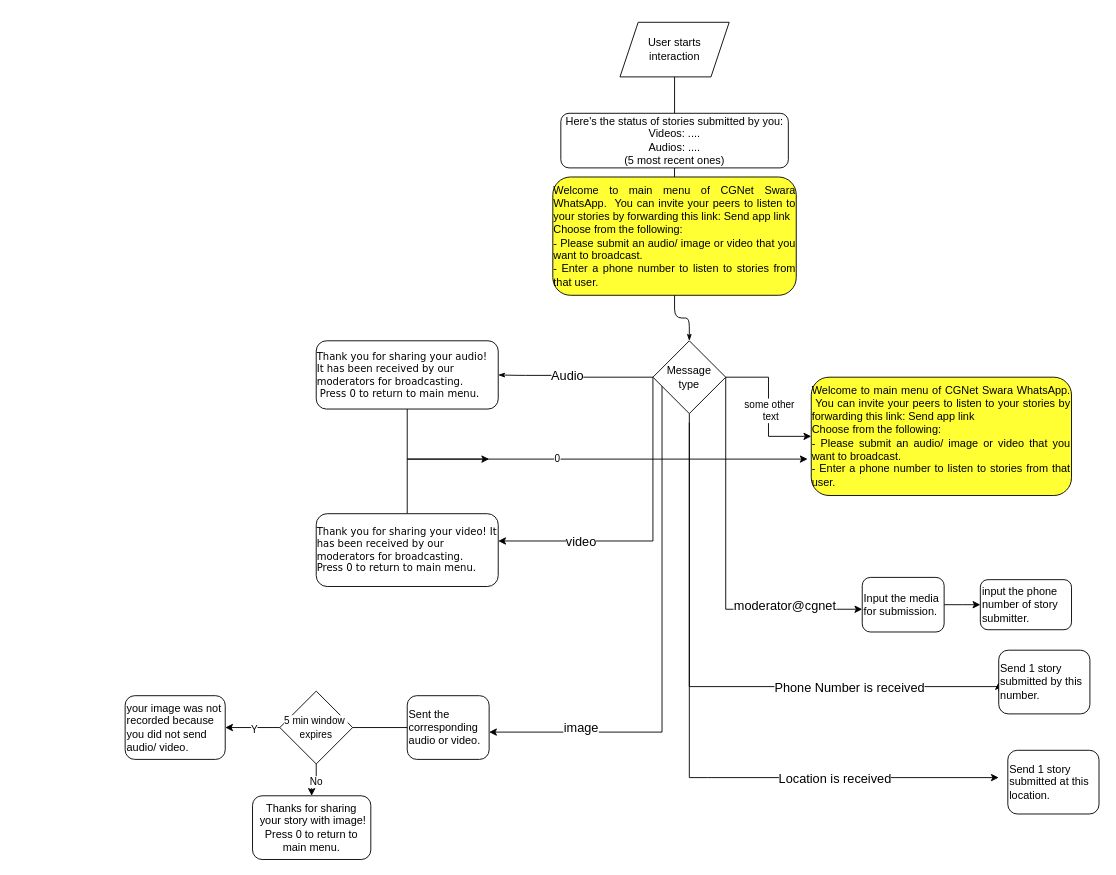
PriyankaVerma98/CGNetSwara-WhatsApp keeps this draw.io diagram as page "5 may" (6 of 6) of DisseminationFlow.drawio. Above is the earlier version. Source tidied: cells renumbered, new cells numbered last; positions are measured from the earlier drawing's top-left corner, leaving out a move shared by most shapes. Both pictures are drawn from the tidied source at 91%, with x=0, y=0 at pixel (125, 22).
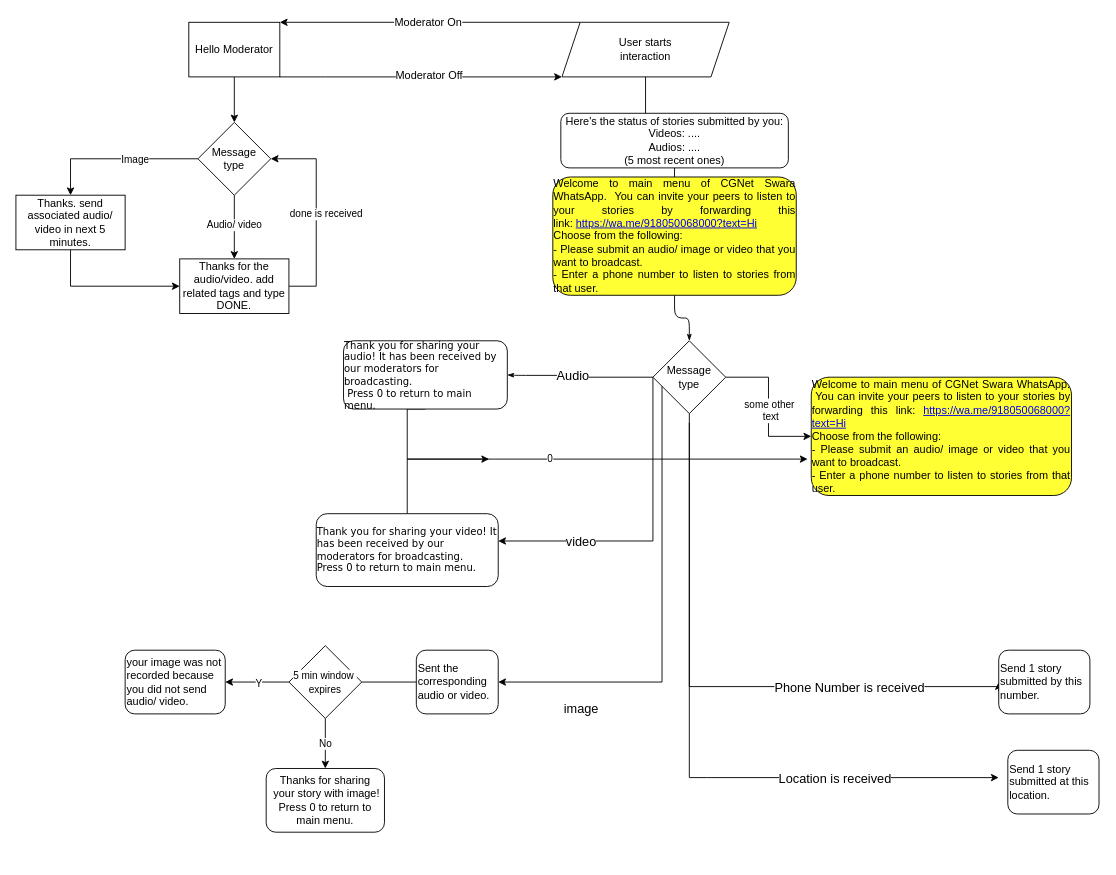
After the change.

Unchanged cells that the change refers to:
```xml
<mxCell id="17" value="Message &lt;br&gt;type" style="rhombus;whiteSpace=wrap;html=1;" parent="1" vertex="1">
  <mxGeometry x="580" y="350" width="80" height="80" as="geometry" />
</mxCell>
```

What changed in the source:
```diff
@@
+    <mxCell id="41" style="edgeStyle=orthogonalEdgeStyle;rounded=0;jettySize=auto;html=1;" parent="1" edge="1" source="2" target="46">
+      <mxGeometry relative="1" as="geometry">
+        <Array as="points">
+          <mxPoint x="300" />
+          <mxPoint x="300" />
+        </Array>
+      </mxGeometry>
+    </mxCell>
+    <mxCell id="42" value="&lt;font style=&quot;font-size: 12px&quot;&gt;Moderator On&lt;/font&gt;" style="edgeLabel;html=1;align=center;verticalAlign=middle;" parent="41" vertex="1">
+      <mxGeometry x="0.02" relative="1" as="geometry" />
+    </mxCell>
     <mxCell id="2" value="User starts &lt;br&gt;interaction" style="shape=parallelogram;perimeter=parallelogramPerimeter;whiteSpace=wrap;html=1;fixedSize=1;" parent="1" vertex="1">
-      <mxGeometry x="543.8" width="120" height="60" as="geometry" />
+      <mxGeometry x="480" width="183.8" height="60" as="geometry" />
     </mxCell>
@@
-    <mxCell id="9" style="edgeStyle=orthogonalEdgeStyle;rounded=0;jettySize=auto;html=1;" parent="1" edge="1" target="27">
+    <mxCell id="9" style="edgeStyle=orthogonalEdgeStyle;rounded=0;jettySize=auto;html=1;entryX=1;entryY=0.5;entryDx=0;entryDy=0;" parent="1" edge="1" target="27">
       <mxGeometry relative="1" as="geometry">
         <mxPoint x="580" y="390" as="sourcePoint" />
         <Array as="points">
           <mxPoint x="590" y="390" />
-          <mxPoint x="590" y="780" />
+          <mxPoint x="590" y="725" />
         </Array>
       </mxGeometry>
     </mxCell>
@@
-    <mxCell id="11" style="edgeStyle=orthogonalEdgeStyle;rounded=0;jettySize=auto;html=1;exitX=1;exitY=0.5;exitDx=0;exitDy=0;" parent="1" edge="1" source="17">
-      <mxGeometry relative="1" as="geometry">
-        <mxPoint x="810" y="645" as="targetPoint" />
-        <Array as="points">
-          <mxPoint x="660" y="645" />
-        </Array>
-      </mxGeometry>
-    </mxCell>
-    <mxCell id="12" value="&lt;font style=&quot;font-size: 14px&quot;&gt;moderator@cgnet&lt;/font&gt;" style="edgeLabel;html=1;align=center;verticalAlign=middle;" parent="11" vertex="1">
-      <mxGeometry x="0.69" y="4" relative="1" as="geometry">
-        <mxPoint x="-23" y="-1" as="offset" />
-      </mxGeometry>
-    </mxCell>
@@
     <mxCell id="21" value="&lt;p&gt;&lt;/p&gt;&lt;div&gt;&lt;div style=&quot;text-align: left&quot;&gt;&lt;span style=&quot;font-size: 11px&quot;&gt;Thank you for sharing&amp;nbsp;&lt;/span&gt;&lt;span style=&quot;font-size: 11px&quot;&gt;your audio! I&lt;/span&gt;&lt;span style=&quot;font-size: 11px&quot;&gt;t has been received by our moderators for broadcasting.&amp;nbsp;&lt;/span&gt;&lt;/div&gt;&lt;div style=&quot;text-align: left&quot;&gt;&lt;span style=&quot;font-size: 11px&quot;&gt;&amp;nbsp;&lt;/span&gt;&lt;span style=&quot;font-size: 11px&quot;&gt;Press 0 to return to main menu.&amp;nbsp;&lt;/span&gt;&lt;/div&gt;&lt;/div&gt;&lt;p&gt;&lt;/p&gt;" style="rounded=1;whiteSpace=wrap;html=1;shadow=0;labelBackgroundColor=none;strokeWidth=1;fontFamily=Verdana;fontSize=8;align=center;" parent="1" vertex="1">
-      <mxGeometry x="210" y="350" width="200" height="75" as="geometry" />
+      <mxGeometry x="240" y="350" width="180" height="75" as="geometry" />
     </mxCell>
-    <mxCell id="22" value="&lt;div style=&quot;text-align: justify&quot;&gt;&lt;div&gt;&lt;div&gt;&lt;span style=&quot;text-align: center&quot;&gt;Welcome to main menu of CGNet Swara WhatsApp. &amp;nbsp;&lt;/span&gt;&lt;span style=&quot;text-align: center&quot;&gt;You can invite your peers to listen to your stories by forwarding this link: Send app link&lt;/span&gt;&lt;/div&gt;&lt;div&gt;&lt;span style=&quot;text-align: center&quot;&gt;Choose from the following:&lt;/span&gt;&lt;br&gt;&lt;/div&gt;&lt;div&gt;&lt;span style=&quot;text-align: center&quot;&gt;- Please submit an audio/ image or video that you want to broadcast.&lt;/span&gt;&lt;/div&gt;&lt;div&gt;- Enter a phone number to listen to stories from that user.&lt;/div&gt;&lt;/div&gt;&lt;/div&gt;" style="rounded=1;whiteSpace=wrap;html=1;fillColor=#FFFF33;" parent="1" vertex="1">
+    <mxCell id="22" value="&lt;div style=&quot;text-align: justify&quot;&gt;&lt;div&gt;&lt;div&gt;&lt;span style=&quot;text-align: center&quot;&gt;Welcome to main menu of CGNet Swara WhatsApp. &amp;nbsp;&lt;/span&gt;&lt;span style=&quot;text-align: center&quot;&gt;You can invite your peers to listen to your stories by forwarding this link:&amp;nbsp;&lt;/span&gt;&lt;a href=&quot;https://wa.me/918050068000?text=Hi&quot;&gt;https://wa.me/918050068000?text=Hi&lt;/a&gt;&lt;/div&gt;&lt;div&gt;&lt;span style=&quot;text-align: center&quot;&gt;Choose from the following:&lt;/span&gt;&lt;br&gt;&lt;/div&gt;&lt;div&gt;&lt;span style=&quot;text-align: center&quot;&gt;- Please submit an audio/ image or video that you want to broadcast.&lt;/span&gt;&lt;/div&gt;&lt;div&gt;- Enter a phone number to listen to stories from that user.&lt;/div&gt;&lt;/div&gt;&lt;/div&gt;" style="rounded=1;whiteSpace=wrap;html=1;fillColor=#FFFF33;" parent="1" vertex="1">
       <mxGeometry x="754" y="390" width="286" height="130" as="geometry" />
     </mxCell>
@@
     <mxCell id="27" value="Sent the corresponding audio or video." style="rounded=1;whiteSpace=wrap;html=1;align=left;" parent="1" vertex="1">
-      <mxGeometry x="310" y="740" width="90" height="70" as="geometry" />
+      <mxGeometry x="320" y="690" width="90" height="70" as="geometry" />
     </mxCell>
-    <mxCell id="28" style="edgeStyle=orthogonalEdgeStyle;rounded=0;jettySize=auto;html=1;" parent="1" edge="1" source="29" target="40">
-      <mxGeometry relative="1" as="geometry" />
+    <mxCell id="28" style="edgeStyle=orthogonalEdgeStyle;rounded=0;orthogonalLoop=1;jettySize=auto;html=1;" parent="1" edge="1">
+      <mxGeometry relative="1" as="geometry">
+        <mxPoint x="900" y="640" as="sourcePoint" />
+      </mxGeometry>
     </mxCell>
-    <mxCell id="29" value="Input the media for submission." style="whiteSpace=wrap;html=1;rounded=1;align=left;" parent="1" vertex="1">
-      <mxGeometry x="810" y="610" width="90" height="60" as="geometry" />
-    </mxCell>
     <mxCell id="30" value="your image was not recorded because you did not send audio/ video." style="rounded=1;whiteSpace=wrap;html=1;align=left;" parent="1" vertex="1">
-      <mxGeometry y="740" width="110" height="70" as="geometry" />
+      <mxGeometry y="690" width="110" height="70" as="geometry" />
     </mxCell>
@@
     <mxCell id="32" value="&lt;span style=&quot;font-size: 11px ; background-color: rgb(255 , 255 , 255)&quot;&gt;5 min window&amp;nbsp;&lt;/span&gt;&lt;br style=&quot;font-size: 11px ; background-color: rgb(255 , 255 , 255)&quot;&gt;&lt;span style=&quot;font-size: 11px ; background-color: rgb(255 , 255 , 255)&quot;&gt;expires&lt;/span&gt;" style="rhombus;whiteSpace=wrap;html=1;" parent="1" vertex="1">
-      <mxGeometry x="170" y="735" width="80" height="80" as="geometry" />
+      <mxGeometry x="180" y="685" width="80" height="80" as="geometry" />
     </mxCell>
@@
     <mxCell id="34" value="Thanks for sharing &amp;nbsp;your story with image!&lt;br&gt;Press 0 to return to main menu." style="rounded=1;whiteSpace=wrap;html=1;" parent="1" vertex="1">
-      <mxGeometry x="140" y="850" width="130" height="70" as="geometry" />
+      <mxGeometry x="155" y="820" width="130" height="70" as="geometry" />
     </mxCell>
-    <mxCell id="35" value="&lt;div style=&quot;text-align: justify&quot;&gt;&lt;div style=&quot;text-align: justify&quot;&gt;&lt;div&gt;&lt;span style=&quot;text-align: center&quot;&gt;Welcome to main menu of CGNet Swara WhatsApp. &amp;nbsp;&lt;/span&gt;&lt;span style=&quot;text-align: center&quot;&gt;You can invite your peers to listen to your stories by forwarding this link: Send app link&lt;/span&gt;&lt;/div&gt;&lt;div&gt;&lt;span style=&quot;text-align: center&quot;&gt;Choose from the following:&lt;/span&gt;&lt;br&gt;&lt;/div&gt;&lt;div&gt;&lt;span style=&quot;text-align: center&quot;&gt;- Please submit an audio/ image or video that you want to broadcast.&lt;/span&gt;&lt;/div&gt;&lt;div&gt;- Enter a phone number to listen to stories from that user.&lt;/div&gt;&lt;/div&gt;&lt;/div&gt;" style="rounded=1;whiteSpace=wrap;html=1;fillColor=#FFFF33;" parent="1" vertex="1">
+    <mxCell id="35" value="&lt;div style=&quot;text-align: justify&quot;&gt;&lt;div style=&quot;text-align: justify&quot;&gt;&lt;div&gt;&lt;span style=&quot;text-align: center&quot;&gt;Welcome to main menu of CGNet Swara WhatsApp. &amp;nbsp;&lt;/span&gt;&lt;span style=&quot;text-align: center&quot;&gt;You can invite your peers to listen to your stories by forwarding this link:&amp;nbsp;&lt;/span&gt;&lt;a href=&quot;https://wa.me/918050068000?text=Hi&quot;&gt;https://wa.me/918050068000?text=Hi&lt;/a&gt;&lt;/div&gt;&lt;div&gt;&lt;span style=&quot;text-align: center&quot;&gt;Choose from the following:&lt;/span&gt;&lt;br&gt;&lt;/div&gt;&lt;div&gt;&lt;span style=&quot;text-align: center&quot;&gt;- Please submit an audio/ image or video that you want to broadcast.&lt;/span&gt;&lt;/div&gt;&lt;div&gt;- Enter a phone number to listen to stories from that user.&lt;/div&gt;&lt;/div&gt;&lt;/div&gt;" style="rounded=1;whiteSpace=wrap;html=1;fillColor=#FFFF33;" parent="1" vertex="1">
       <mxGeometry x="470" y="170" width="267.5" height="130" as="geometry" />
     </mxCell>
@@
-    <mxCell id="40" value="input the phone number of story submitter." style="rounded=1;whiteSpace=wrap;html=1;align=left;" parent="1" vertex="1">
-      <mxGeometry x="939.8" y="612.5" width="100.2" height="55" as="geometry" />
-    </mxCell>
+    <mxCell id="43" style="edgeStyle=orthogonalEdgeStyle;rounded=0;jettySize=auto;html=1;exitX=1;exitY=1;exitDx=0;exitDy=0;" parent="1" edge="1" source="46" target="2">
+      <mxGeometry relative="1" as="geometry">
+        <Array as="points">
+          <mxPoint x="220" y="60" />
+          <mxPoint x="220" y="60" />
+        </Array>
+      </mxGeometry>
+    </mxCell>
+    <mxCell id="44" value="&lt;font style=&quot;font-size: 12px&quot;&gt;Moderator Off&lt;/font&gt;" style="edgeLabel;html=1;align=center;verticalAlign=middle;" parent="43" vertex="1">
+      <mxGeometry x="0.05" y="2" relative="1" as="geometry" />
+    </mxCell>
+    <mxCell id="45" style="edgeStyle=orthogonalEdgeStyle;rounded=0;jettySize=auto;html=1;entryX=0.5;entryY=0;entryDx=0;entryDy=0;" parent="1" edge="1" source="46" target="51">
+      <mxGeometry relative="1" as="geometry" />
+    </mxCell>
+    <mxCell id="46" value="Hello Moderator" style="whiteSpace=wrap;html=1;" parent="1" vertex="1">
+      <mxGeometry x="70" width="100" height="60" as="geometry" />
+    </mxCell>
+    <mxCell id="47" style="edgeStyle=orthogonalEdgeStyle;rounded=0;jettySize=auto;html=1;" parent="1" edge="1" source="51" target="54">
+      <mxGeometry relative="1" as="geometry" />
+    </mxCell>
+    <mxCell id="48" value="Audio/ video" style="edgeLabel;html=1;align=center;verticalAlign=middle;" parent="47" vertex="1">
+      <mxGeometry x="-0.1" y="-1" relative="1" as="geometry" />
+    </mxCell>
+    <mxCell id="49" style="edgeStyle=orthogonalEdgeStyle;rounded=0;jettySize=auto;html=1;entryX=0.5;entryY=0;entryDx=0;entryDy=0;" parent="1" edge="1" source="51" target="56">
+      <mxGeometry relative="1" as="geometry" />
+    </mxCell>
+    <mxCell id="50" value="Image" style="edgeLabel;html=1;align=center;verticalAlign=middle;" parent="49" vertex="1">
+      <mxGeometry x="-0.33" y="3" relative="1" as="geometry">
+        <mxPoint x="-10" y="-3" as="offset" />
+      </mxGeometry>
+    </mxCell>
+    <mxCell id="51" value="Message &lt;br&gt;type" style="rhombus;whiteSpace=wrap;html=1;" parent="1" vertex="1">
+      <mxGeometry x="80" y="110" width="80" height="80" as="geometry" />
+    </mxCell>
+    <mxCell id="52" style="edgeStyle=orthogonalEdgeStyle;rounded=0;jettySize=auto;html=1;exitX=1;exitY=0.5;exitDx=0;exitDy=0;entryX=1;entryY=0.5;entryDx=0;entryDy=0;" parent="1" edge="1" source="54" target="51">
+      <mxGeometry relative="1" as="geometry">
+        <Array as="points">
+          <mxPoint x="210" y="290" />
+          <mxPoint x="210" y="150" />
+        </Array>
+      </mxGeometry>
+    </mxCell>
+    <mxCell id="53" value="done is received" style="edgeLabel;html=1;align=center;verticalAlign=middle;" parent="52" vertex="1">
+      <mxGeometry x="-0.3" y="1" relative="1" as="geometry">
+        <mxPoint x="11" y="-33" as="offset" />
+      </mxGeometry>
+    </mxCell>
+    <mxCell id="54" value="Thanks for the audio/video. add related tags and type DONE." style="whiteSpace=wrap;html=1;" parent="1" vertex="1">
+      <mxGeometry x="60" y="260" width="120" height="60" as="geometry" />
+    </mxCell>
+    <mxCell id="55" style="edgeStyle=orthogonalEdgeStyle;rounded=0;jettySize=auto;html=1;" parent="1" edge="1" source="56">
+      <mxGeometry relative="1" as="geometry">
+        <mxPoint x="60" y="290" as="targetPoint" />
+        <Array as="points">
+          <mxPoint x="-60" y="290" />
+        </Array>
+      </mxGeometry>
+    </mxCell>
+    <mxCell id="56" value="Thanks. send associated audio/ video in next 5 minutes." style="whiteSpace=wrap;html=1;" parent="1" vertex="1">
+      <mxGeometry x="-120" y="190" width="120" height="60" as="geometry" />
+    </mxCell>
```
